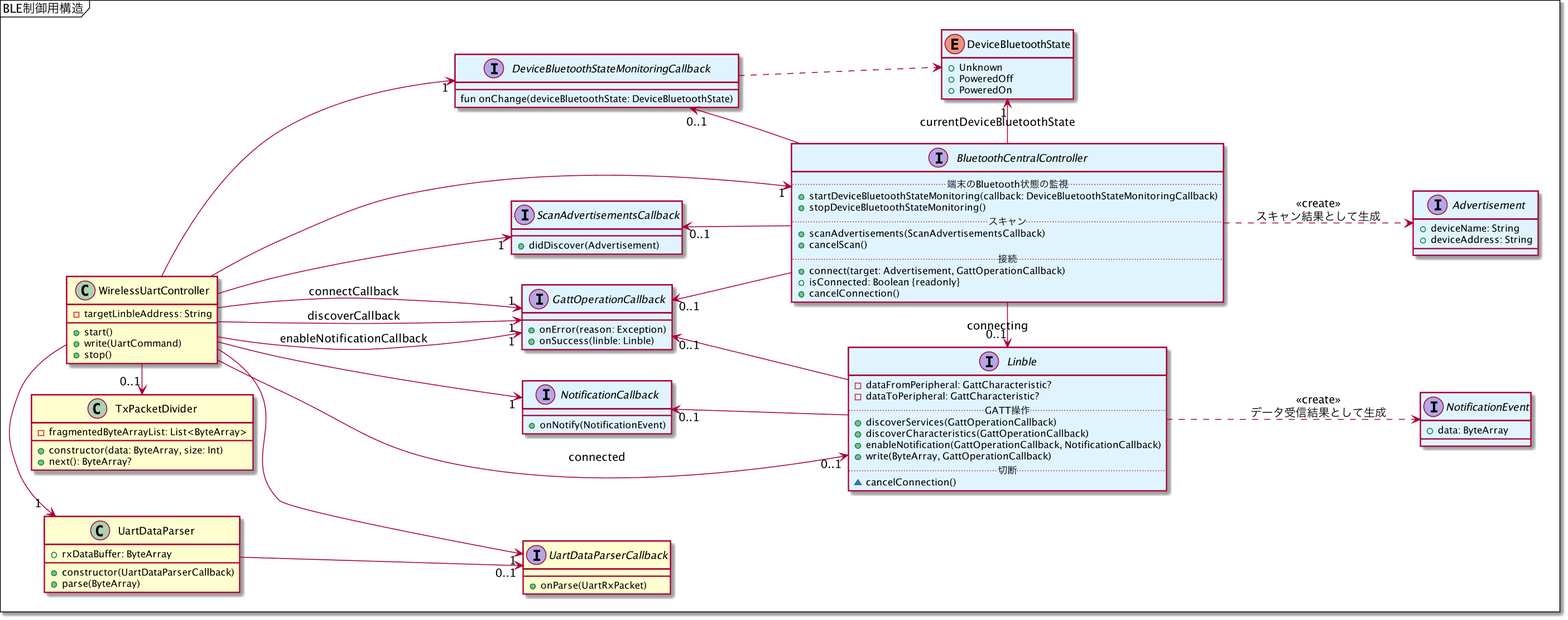
Above: out/plantuml/classes_ble-control.png in musen-connect-inc/linble-sample-wireless-uart (PlantUML), before the change. Source of this version:
```plantuml
@startuml classes_ble-control
skinparamlocked dpi 150

mainframe BLE制御用構造

left to right direction

class WirelessUartController #fefece {
    - targetLinbleAddress: String
    + start()
    + write(UartCommand)
    + stop()
}

class TxPacketDivider #fefece {
    - fragmentedByteArrayList: List<ByteArray>
    + constructor(data: ByteArray, size: Int)
    + next(): ByteArray?
}

class UartDataParser #fefece {
    + rxDataBuffer: ByteArray
    + constructor(UartDataParserCallback)
    + parse(ByteArray)
}

interface UartDataParserCallback #fefece {
    + onParse(UartRxPacket)
}

enum DeviceBluetoothState #e0f4ff {
    + Unknown
    + PoweredOff
    + PoweredOn
}

hide DeviceBluetoothState method

interface DeviceBluetoothStateMonitoringCallback #e0f4ff {
    fun onChange(deviceBluetoothState: DeviceBluetoothState)
}

interface BluetoothCentralController #e0f4ff {
    ..端末のBluetooth状態の監視..
    + startDeviceBluetoothStateMonitoring(callback: DeviceBluetoothStateMonitoringCallback)
    + stopDeviceBluetoothStateMonitoring()
    ..スキャン..
    + scanAdvertisements(ScanAdvertisementsCallback)
    + cancelScan()
    ..接続..
    + connect(target: Advertisement, GattOperationCallback)
    + isConnected: Boolean {readonly}
    + cancelConnection()
}

interface ScanAdvertisementsCallback #e0f4ff {
    + didDiscover(Advertisement)
}

interface GattOperationCallback #e0f4ff {
    + onError(reason: Exception)
    + onSuccess(linble: Linble)
}

interface Advertisement #e0f4ff {
    + deviceName: String
    + deviceAddress: String
}

interface Linble #e0f4ff {
    - dataFromPeripheral: GattCharacteristic?
    - dataToPeripheral: GattCharacteristic?
    ..GATT操作..
    + discoverServices(GattOperationCallback)
    + discoverCharacteristics(GattOperationCallback)
    + enableNotification(GattOperationCallback, NotificationCallback)
    + write(ByteArray, GattOperationCallback)
    ..切断..
    ~ cancelConnection()
}

interface NotificationCallback #e0f4ff {
    + onNotify(NotificationEvent)
}

interface NotificationEvent #e0f4ff {
    + data: ByteArray
}

WirelessUartController -r-> "0..1" TxPacketDivider

WirelessUartController --> "1" DeviceBluetoothStateMonitoringCallback
DeviceBluetoothStateMonitoringCallback ..> DeviceBluetoothState

WirelessUartController -r-> "1" UartDataParser
UartDataParser --> "0..1" UartDataParserCallback
WirelessUartController --> "1" UartDataParserCallback
WirelessUartController --> "1" BluetoothCentralController
WirelessUartController --> "1" ScanAdvertisementsCallback
WirelessUartController --> "1" GattOperationCallback: connectCallback
WirelessUartController --> "1" GattOperationCallback: discoverCallback
WirelessUartController --> "1" GattOperationCallback: enableNotificationCallback
WirelessUartController --> "1" NotificationCallback
WirelessUartController --> "0..1" Linble: connected

BluetoothCentralController -l-> "1" DeviceBluetoothState: currentDeviceBluetoothState

BluetoothCentralController -u-> "0..1" DeviceBluetoothStateMonitoringCallback
BluetoothCentralController -u-> "0..1" ScanAdvertisementsCallback
BluetoothCentralController -u-> "0..1" GattOperationCallback
BluetoothCentralController ..> Advertisement: <<create>>\nスキャン結果として生成
BluetoothCentralController --> "0..1" Linble: connecting

Linble ..> NotificationEvent: <<create>>\nデータ受信結果として生成
Linble -u-> "0..1" GattOperationCallback
Linble -u-> "0..1" NotificationCallback

BluetoothCentralController -r[hidden]- Linble



@enduml
```
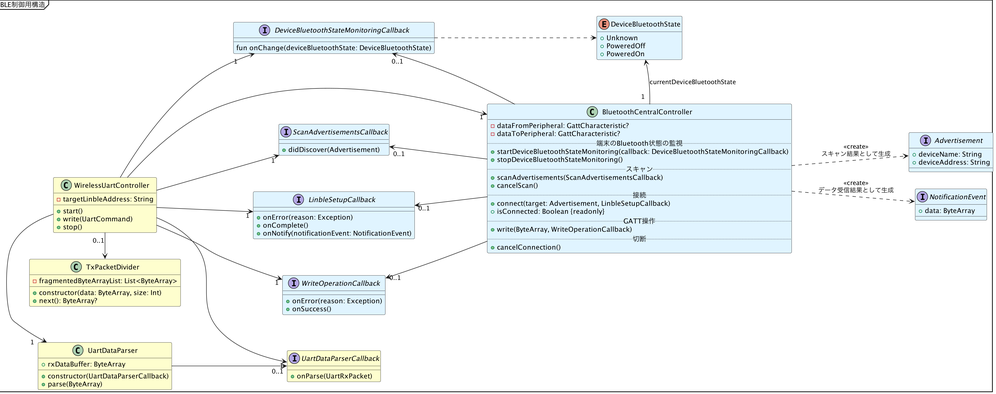
Later version of the same file.

What changed in the source:
```diff
@@ -1,5 +1,5 @@
 @startuml classes_ble-control
-skinparamlocked dpi 150
+skinparamlocked dpi 200
 
 mainframe BLE制御用構造
 
@@ -40,7 +40,9 @@
     fun onChange(deviceBluetoothState: DeviceBluetoothState)
 }
 
-interface BluetoothCentralController #e0f4ff {
+class BluetoothCentralController #e0f4ff {
+    - dataFromPeripheral: GattCharacteristic?
+    - dataToPeripheral: GattCharacteristic?
     ..端末のBluetooth状態の監視..
     + startDeviceBluetoothStateMonitoring(callback: DeviceBluetoothStateMonitoringCallback)
     + stopDeviceBluetoothStateMonitoring()
@@ -48,8 +50,11 @@
     + scanAdvertisements(ScanAdvertisementsCallback)
     + cancelScan()
     ..接続..
-    + connect(target: Advertisement, GattOperationCallback)
+    + connect(target: Advertisement, LinbleSetupCallback)
     + isConnected: Boolean {readonly}
+    ..GATT操作..
+    + write(ByteArray, WriteOperationCallback)
+    ..切断..
     + cancelConnection()
 }
 
@@ -57,30 +62,20 @@
     + didDiscover(Advertisement)
 }
 
-interface GattOperationCallback #e0f4ff {
+interface LinbleSetupCallback #e0f4ff {
     + onError(reason: Exception)
-    + onSuccess(linble: Linble)
+    + onComplete()
+    + onNotify(notificationEvent: NotificationEvent)
+}
+
+interface WriteOperationCallback #e0f4ff {
+    + onError(reason: Exception)
+    + onSuccess()
 }
 
 interface Advertisement #e0f4ff {
     + deviceName: String
     + deviceAddress: String
-}
-
-interface Linble #e0f4ff {
-    - dataFromPeripheral: GattCharacteristic?
-    - dataToPeripheral: GattCharacteristic?
-    ..GATT操作..
-    + discoverServices(GattOperationCallback)
-    + discoverCharacteristics(GattOperationCallback)
-    + enableNotification(GattOperationCallback, NotificationCallback)
-    + write(ByteArray, GattOperationCallback)
-    ..切断..
-    ~ cancelConnection()
-}
-
-interface NotificationCallback #e0f4ff {
-    + onNotify(NotificationEvent)
 }
 
 interface NotificationEvent #e0f4ff {
@@ -97,26 +92,23 @@
 WirelessUartController --> "1" UartDataParserCallback
 WirelessUartController --> "1" BluetoothCentralController
 WirelessUartController --> "1" ScanAdvertisementsCallback
-WirelessUartController --> "1" GattOperationCallback: connectCallback
-WirelessUartController --> "1" GattOperationCallback: discoverCallback
-WirelessUartController --> "1" GattOperationCallback: enableNotificationCallback
-WirelessUartController --> "1" NotificationCallback
-WirelessUartController --> "0..1" Linble: connected
+WirelessUartController --> "1" LinbleSetupCallback
+WirelessUartController --> "1" WriteOperationCallback
+DeviceBluetoothStateMonitoringCallback -[hidden]ri- ScanAdvertisementsCallback
+ScanAdvertisementsCallback -[hidden]ri- LinbleSetupCallback
+LinbleSetupCallback -[hidden]ri- WriteOperationCallback
 
-BluetoothCentralController -l-> "1" DeviceBluetoothState: currentDeviceBluetoothState
+DeviceBluetoothState -[hidden]ri- BluetoothCentralController
+DeviceBluetoothStateMonitoringCallback -[hidden]do- DeviceBluetoothState
+BluetoothCentralController -> "1   " DeviceBluetoothState: currentDeviceBluetoothState
 
 BluetoothCentralController -u-> "0..1" DeviceBluetoothStateMonitoringCallback
 BluetoothCentralController -u-> "0..1" ScanAdvertisementsCallback
-BluetoothCentralController -u-> "0..1" GattOperationCallback
+BluetoothCentralController -u-> "0..1" LinbleSetupCallback
+BluetoothCentralController -u-> "0..1" WriteOperationCallback
 BluetoothCentralController ..> Advertisement: <<create>>\nスキャン結果として生成
-BluetoothCentralController --> "0..1" Linble: connecting
 
-Linble ..> NotificationEvent: <<create>>\nデータ受信結果として生成
-Linble -u-> "0..1" GattOperationCallback
-Linble -u-> "0..1" NotificationCallback
-
-BluetoothCentralController -r[hidden]- Linble
-
+BluetoothCentralController ..> NotificationEvent: <<create>>\nデータ受信結果として生成
 
 
 @enduml
```
